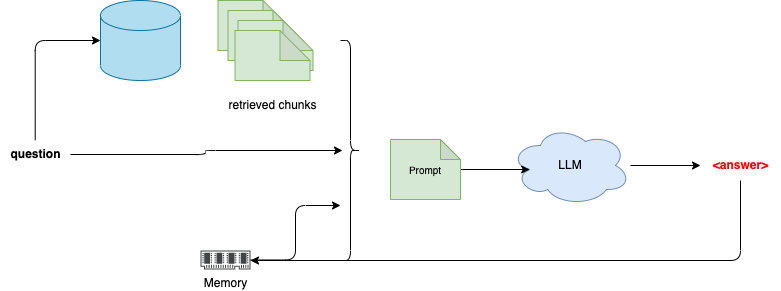
This is docs/coding/diagrams/chatbot.drawio.png from jbcodeforce/ML-studies, a draw.io export, as it was before one commit. Source tidied: cells renumbered, new cells last; positions are measured from the earlier drawing's top-left corner, leaving out a move shared by most shapes.
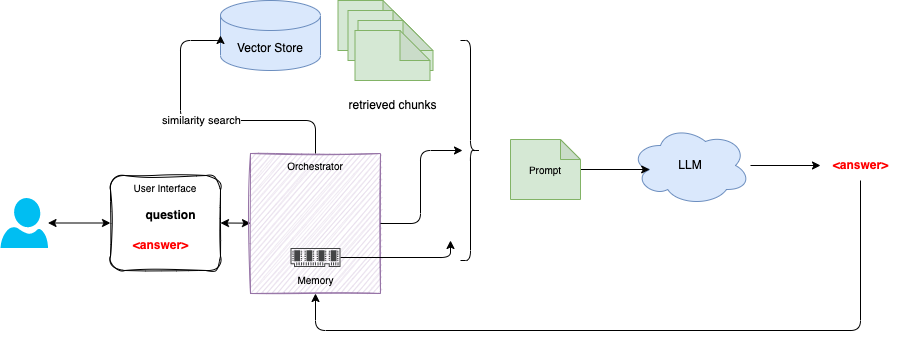
Later version of the same file.

The edit, as a diff of the source:
```diff
@@ -2,6 +2,12 @@
   <root>
     <mxCell id="0" />
     <mxCell id="1" parent="0" />
+    <mxCell id="20" style="edgeStyle=none;html=1;entryX=1;entryY=0.5;entryDx=0;entryDy=0;fontSize=10;startArrow=classic;startFill=1;" parent="1" edge="1" source="21" target="24">
+      <mxGeometry relative="1" as="geometry" />
+    </mxCell>
+    <mxCell id="21" value="Orchestrator" style="rounded=0;whiteSpace=wrap;html=1;sketch=1;fontSize=10;verticalAlign=top;fillColor=#e1d5e7;strokeColor=#9673a6;" parent="1" vertex="1">
+      <mxGeometry x="130" y="153" width="130" height="140" as="geometry" />
+    </mxCell>
     <mxCell id="2" style="shape=note;whiteSpace=wrap;html=1;backgroundOutline=1;darkOpacity=0.05;fillColor=#d5e8d4;strokeColor=#82b366;" parent="1" vertex="1">
       <mxGeometry x="217.5" width="75" height="50" as="geometry" />
     </mxCell>
@@ -17,18 +23,21 @@
     <mxCell id="6" value="retrieved chunks" style="text;html=1;align=center;verticalAlign=middle;strokeColor=none;fillColor=none;" parent="1" vertex="1">
       <mxGeometry x="217" y="90" width="110" height="30" as="geometry" />
     </mxCell>
-    <mxCell id="7" style="shape=cylinder3;whiteSpace=wrap;html=1;boundedLbl=1;backgroundOutline=1;size=15;fillColor=#b1ddf0;strokeColor=#10739e;" parent="1" vertex="1">
-      <mxGeometry x="100" width="80" height="80" as="geometry" />
+    <mxCell id="7" value="Vector Store" style="shape=cylinder3;whiteSpace=wrap;html=1;boundedLbl=1;backgroundOutline=1;size=15;fillColor=#dae8fc;strokeColor=#6c8ebf;" parent="1" vertex="1">
+      <mxGeometry x="100" width="100" height="70" as="geometry" />
     </mxCell>
-    <mxCell id="8" style="edgeStyle=orthogonalEdgeStyle;html=1;entryX=0;entryY=0.5;entryDx=0;entryDy=0;entryPerimeter=0;exitX=0.496;exitY=0.022;exitDx=0;exitDy=0;exitPerimeter=0;" parent="1" edge="1" source="10" target="7">
-      <mxGeometry relative="1" as="geometry" />
+    <mxCell id="8" value="similarity search" style="edgeStyle=orthogonalEdgeStyle;html=1;entryX=0;entryY=0.5;entryDx=0;entryDy=0;entryPerimeter=0;" parent="1" edge="1" source="21" target="7">
+      <mxGeometry relative="1" as="geometry">
+        <Array as="points">
+          <mxPoint x="195" y="120" />
+          <mxPoint x="60" y="120" />
+          <mxPoint x="60" y="40" />
+        </Array>
+      </mxGeometry>
     </mxCell>
-    <mxCell id="9" style="edgeStyle=orthogonalEdgeStyle;html=1;entryX=0.9;entryY=0.5;entryDx=0;entryDy=0;entryPerimeter=0;" parent="1" edge="1" source="10" target="13">
+    <mxCell id="9" style="edgeStyle=orthogonalEdgeStyle;html=1;entryX=0.9;entryY=0.5;entryDx=0;entryDy=0;entryPerimeter=0;exitX=1;exitY=0.5;exitDx=0;exitDy=0;" parent="1" edge="1" source="21" target="13">
       <mxGeometry relative="1" as="geometry" />
     </mxCell>
-    <mxCell id="10" value="question" style="text;html=1;align=center;verticalAlign=middle;points=[];strokeColor=none;fillColor=none;fontStyle=1;" parent="1" vertex="1">
-      <mxGeometry y="139" width="70" height="30" as="geometry" />
-    </mxCell>
     <mxCell id="11" style="edgeStyle=orthogonalEdgeStyle;html=1;" parent="1" edge="1" source="12" target="17">
       <mxGeometry relative="1" as="geometry" />
     </mxCell>
@@ -44,21 +53,39 @@
     <mxCell id="15" value="Prompt" style="shape=note;whiteSpace=wrap;html=1;backgroundOutline=1;darkOpacity=0.05;fillColor=#d5e8d4;strokeColor=#82b366;fontSize=10;size=20;" parent="1" vertex="1">
       <mxGeometry x="390" y="139" width="70" height="60" as="geometry" />
     </mxCell>
-    <mxCell id="16" style="edgeStyle=orthogonalEdgeStyle;html=1;" parent="1" edge="1" source="17" target="19">
+    <mxCell id="16" style="edgeStyle=orthogonalEdgeStyle;html=1;entryX=1.016;entryY=0.945;entryDx=0;entryDy=0;entryPerimeter=0;" parent="1" edge="1" source="17" target="21">
       <mxGeometry relative="1" as="geometry">
         <Array as="points">
-          <mxPoint x="740" y="260" />
+          <mxPoint x="740" y="330" />
+          <mxPoint x="195" y="330" />
         </Array>
       </mxGeometry>
     </mxCell>
     <mxCell id="17" value="&amp;lt;answer&amp;gt;" style="text;html=1;align=center;verticalAlign=middle;points=[];strokeColor=none;fillColor=none;fontStyle=1;fontColor=#FF0000;" parent="1" vertex="1">
       <mxGeometry x="700" y="150" width="80" height="30" as="geometry" />
     </mxCell>
-    <mxCell id="18" style="edgeStyle=orthogonalEdgeStyle;html=1;entryX=0;entryY=0.75;entryDx=0;entryDy=0;" parent="1" edge="1" source="19" target="13">
-      <mxGeometry relative="1" as="geometry" />
+    <mxCell id="18" style="edgeStyle=orthogonalEdgeStyle;html=1;" parent="1" edge="1" source="19">
+      <mxGeometry relative="1" as="geometry">
+        <mxPoint x="330" y="240" as="targetPoint" />
+      </mxGeometry>
     </mxCell>
-    <mxCell id="19" value="Memory" style="sketch=0;shadow=0;dashed=0;html=1;strokeColor=none;fillColor=#434445;labelPosition=center;verticalLabelPosition=bottom;verticalAlign=top;align=center;outlineConnect=0;shape=mxgraph.vvd.memory;" parent="1" vertex="1">
-      <mxGeometry x="200" y="250" width="50" height="19" as="geometry" />
+    <mxCell id="19" value="Memory" style="sketch=0;shadow=0;dashed=0;html=1;strokeColor=none;fillColor=#434445;labelPosition=center;verticalLabelPosition=bottom;verticalAlign=top;align=center;outlineConnect=0;shape=mxgraph.vvd.memory;fontSize=10;" parent="1" vertex="1">
+      <mxGeometry x="170" y="247.5" width="50" height="19" as="geometry" />
     </mxCell>
+    <mxCell id="22" style="edgeStyle=none;html=1;fontSize=10;startArrow=classic;startFill=1;" parent="1" edge="1" source="23" target="24">
+      <mxGeometry relative="1" as="geometry" />
+    </mxCell>
+    <mxCell id="23" style="verticalLabelPosition=bottom;html=1;verticalAlign=top;align=center;strokeColor=none;fillColor=#00BEF2;shape=mxgraph.azure.user;" parent="1" vertex="1">
+      <mxGeometry x="-120" y="197.5" width="47.5" height="50" as="geometry" />
+    </mxCell>
+    <mxCell id="24" value="User Interface" style="rounded=1;whiteSpace=wrap;html=1;verticalAlign=top;fontSize=10;sketch=1;curveFitting=1;jiggle=2;" parent="1" vertex="1">
+      <mxGeometry x="-10" y="175" width="110" height="95" as="geometry" />
+    </mxCell>
+    <mxCell id="10" value="question" style="text;html=1;align=center;verticalAlign=middle;points=[];strokeColor=none;fillColor=none;fontStyle=1;" parent="1" vertex="1">
+      <mxGeometry x="15" y="200" width="70" height="30" as="geometry" />
+    </mxCell>
+    <mxCell id="25" value="&amp;lt;answer&amp;gt;" style="text;html=1;align=center;verticalAlign=middle;strokeColor=none;fillColor=none;fontStyle=1;fontColor=#FF0000;" parent="1" vertex="1">
+      <mxGeometry y="230" width="80" height="30" as="geometry" />
+    </mxCell>
   </root>
 </mxGraphModel>
```
